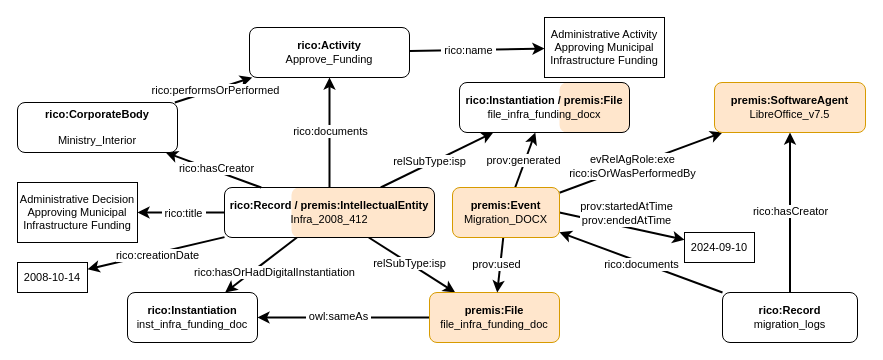
Before: page "example" (4 of 4) of PREMIS-ontology.drawio in mgdamig/Extending-RiC--CM-to-Capture-Digital-Preservation-Purposes, a draw.io diagram. Source tidied: cells renumbered, new cells numbered last; positions are measured from the earlier drawing's top-left corner, leaving out a move shared by most shapes. Both pictures are drawn from the tidied source at 100%, with x=0, y=0 at pixel (17, 17).
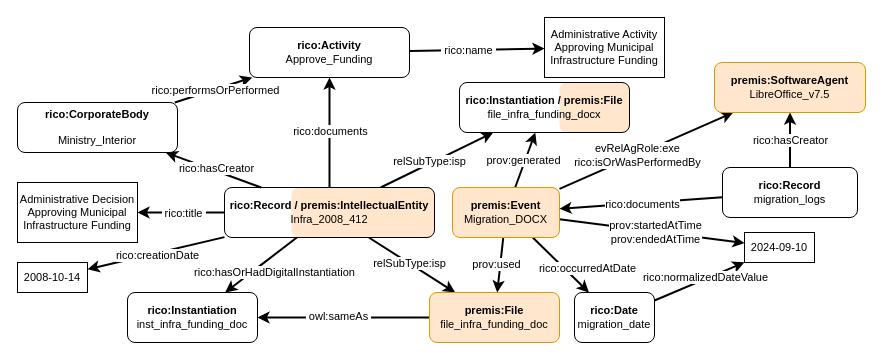
After the change.

The change refers to these unchanged cells:
```xml
<mxCell id="36" value="&lt;div&gt;&lt;b&gt;premis:Event&lt;/b&gt;&lt;br&gt;&lt;div&gt;Migration_DOCX&lt;/div&gt;&lt;/div&gt;" style="rounded=1;whiteSpace=wrap;html=1;fontFamily=Helvetica;fontSize=11;labelBackgroundColor=none;fillColor=#ffe6cc;strokeColor=#d79b00;backgroundOutline=0;glass=0;" parent="1" vertex="1">
  <mxGeometry x="435" y="170" width="107" height="50" as="geometry" />
</mxCell>
```

Diff of the diagram source:
```diff
@@
-    <mxCell id="34" style="edgeStyle=none;shape=connector;rounded=0;jettySize=auto;html=1;exitX=1;exitY=0.5;exitDx=0;exitDy=0;strokeColor=default;strokeWidth=2;align=center;verticalAlign=middle;fontFamily=Helvetica;fontSize=11;fontColor=default;labelBackgroundColor=default;endArrow=classic;" parent="1" edge="1" source="36" target="44">
+    <mxCell id="34" style="edgeStyle=none;shape=connector;rounded=0;jettySize=auto;html=1;strokeColor=default;strokeWidth=2;align=center;verticalAlign=middle;fontFamily=Helvetica;fontSize=11;fontColor=default;labelBackgroundColor=default;endArrow=classic;" parent="1" edge="1" source="36" target="44">
       <mxGeometry relative="1" as="geometry" />
     </mxCell>
     <mxCell id="35" value="prov:startedAtTime&lt;div&gt;prov:endedAtTime&lt;/div&gt;" style="edgeLabel;html=1;align=center;verticalAlign=middle;fontFamily=Helvetica;fontSize=11;fontColor=default;labelBackgroundColor=default;" parent="34" vertex="1">
       <mxGeometry x="0.06" relative="1" as="geometry">
-        <mxPoint y="-14" as="offset" />
+        <mxPoint x="-3" as="offset" />
       </mxGeometry>
     </mxCell>
+    <mxCell id="51" style="edgeStyle=none;shape=connector;rounded=0;jettySize=auto;html=1;exitX=0.75;exitY=1;exitDx=0;exitDy=0;strokeColor=default;strokeWidth=2;align=center;verticalAlign=middle;fontFamily=Helvetica;fontSize=11;fontColor=default;labelBackgroundColor=default;endArrow=classic;" parent="1" edge="1" source="36" target="55">
+      <mxGeometry relative="1" as="geometry" />
+    </mxCell>
+    <mxCell id="52" value="rico:occurredAtDate" style="edgeLabel;html=1;align=center;verticalAlign=middle;fontFamily=Helvetica;fontSize=11;fontColor=default;labelBackgroundColor=default;" parent="51" vertex="1">
+      <mxGeometry x="0.09" y="-1" relative="1" as="geometry">
+        <mxPoint x="24" as="offset" />
+      </mxGeometry>
+    </mxCell>
@@
     <mxCell id="42" value="&lt;b&gt;rico:Record&lt;/b&gt;&lt;div&gt;migration_logs&lt;/div&gt;" style="rounded=1;whiteSpace=wrap;html=1;fontFamily=Helvetica;fontSize=11;labelBackgroundColor=none;backgroundOutline=0;glass=0;" parent="1" vertex="1">
-      <mxGeometry x="705" y="275" width="135" height="50" as="geometry" />
+      <mxGeometry x="705" y="150" width="135" height="50" as="geometry" />
     </mxCell>
     <mxCell id="43" value="&lt;div&gt;&lt;b&gt;premis:SoftwareAgent&lt;/b&gt;&lt;br&gt;&lt;div&gt;LibreOffice_v7.5&lt;/div&gt;&lt;/div&gt;" style="rounded=1;whiteSpace=wrap;html=1;fontFamily=Helvetica;fontSize=11;labelBackgroundColor=none;fillColor=#ffe6cc;strokeColor=#d79b00;backgroundOutline=0;glass=0;" parent="1" vertex="1">
-      <mxGeometry x="697" y="65" width="151" height="50" as="geometry" />
+      <mxGeometry x="697" y="45" width="151" height="50" as="geometry" />
     </mxCell>
     <mxCell id="44" value="2024-09-10" style="rounded=0;whiteSpace=wrap;html=1;fontFamily=Helvetica;fontSize=11;fontColor=default;labelBackgroundColor=default;" parent="1" vertex="1">
-      <mxGeometry x="667" y="215" width="70" height="30" as="geometry" />
+      <mxGeometry x="727" y="215" width="70" height="30" as="geometry" />
     </mxCell>
@@
+    <mxCell id="53" style="edgeStyle=none;shape=connector;rounded=0;jettySize=auto;html=1;strokeColor=default;strokeWidth=2;align=center;verticalAlign=middle;fontFamily=Helvetica;fontSize=11;fontColor=default;labelBackgroundColor=default;endArrow=classic;" parent="1" edge="1" source="55" target="44">
+      <mxGeometry relative="1" as="geometry" />
+    </mxCell>
+    <mxCell id="54" value="&amp;nbsp;rico:normalizedDateValue&amp;nbsp;" style="edgeLabel;html=1;align=center;verticalAlign=middle;fontFamily=Helvetica;fontSize=11;fontColor=default;labelBackgroundColor=default;rotation=0;" parent="53" vertex="1">
+      <mxGeometry x="0.03" y="5" relative="1" as="geometry">
+        <mxPoint x="6" y="1" as="offset" />
+      </mxGeometry>
+    </mxCell>
+    <mxCell id="55" value="&lt;div&gt;&lt;b&gt;rico:&lt;/b&gt;&lt;span style=&quot;background-color: light-dark(#ffffff, var(--ge-dark-color, #121212));&quot;&gt;&lt;b&gt;Date&lt;/b&gt;&lt;/span&gt;&lt;/div&gt;&lt;div&gt;migration_date&lt;/div&gt;" style="rounded=1;whiteSpace=wrap;html=1;fontFamily=Helvetica;fontSize=11;fontColor=default;labelBackgroundColor=default;" parent="1" vertex="1">
+      <mxGeometry x="557" y="275" width="80" height="50" as="geometry" />
+    </mxCell>
```
